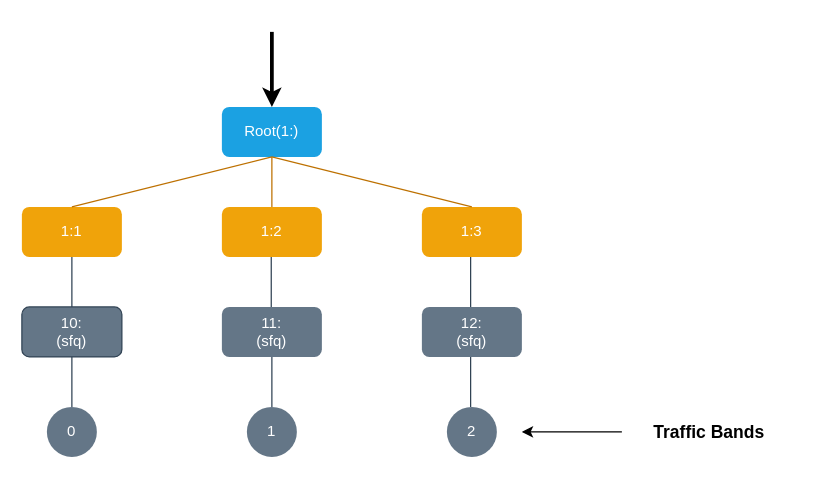
sugchand/drawio keeps this draw.io diagram as class-qdisc-PRIO.drawio. Above is the earlier version. Source tidied: cells renumbered, new cells numbered last; positions are measured from the earlier drawing's top-left corner, leaving out a move shared by most shapes. Both pictures are drawn from the tidied source at 125%, with x=0, y=0 at pixel (21, 31).
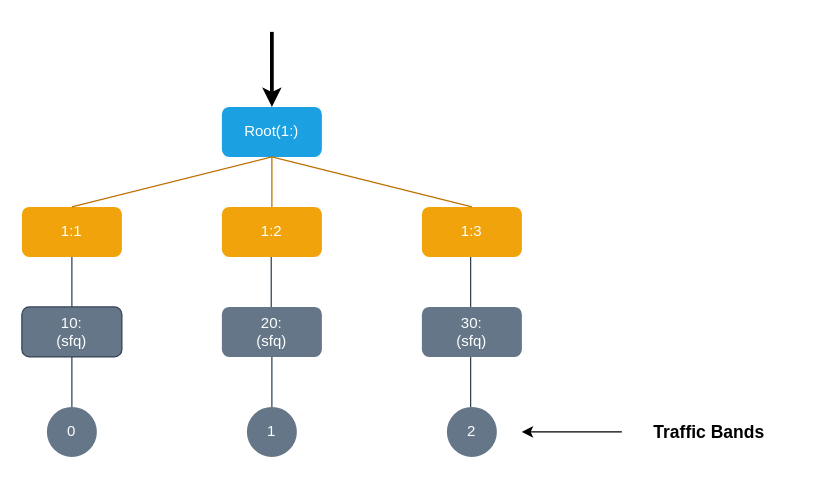
The same page after the edit.

Diff of the diagram source:
```diff
@@
-    <mxCell id="7" value="11:&lt;br&gt;(sfq)" style="rounded=1;whiteSpace=wrap;html=1;fillColor=#647687;strokeColor=none;fontColor=#ffffff;" parent="1" vertex="1">
+    <mxCell id="7" value="20:&lt;br&gt;(sfq)" style="rounded=1;whiteSpace=wrap;html=1;fillColor=#647687;strokeColor=none;fontColor=#ffffff;" parent="1" vertex="1">
       <mxGeometry x="160" y="220" width="80" height="40" as="geometry" />
     </mxCell>
-    <mxCell id="8" value="12:&lt;br&gt;(sfq)" style="rounded=1;whiteSpace=wrap;html=1;fillColor=#647687;strokeColor=none;fontColor=#ffffff;" parent="1" vertex="1">
+    <mxCell id="8" value="30:&lt;br&gt;(sfq)" style="rounded=1;whiteSpace=wrap;html=1;fillColor=#647687;strokeColor=none;fontColor=#ffffff;" parent="1" vertex="1">
       <mxGeometry x="320" y="220" width="80" height="40" as="geometry" />
     </mxCell>
```
